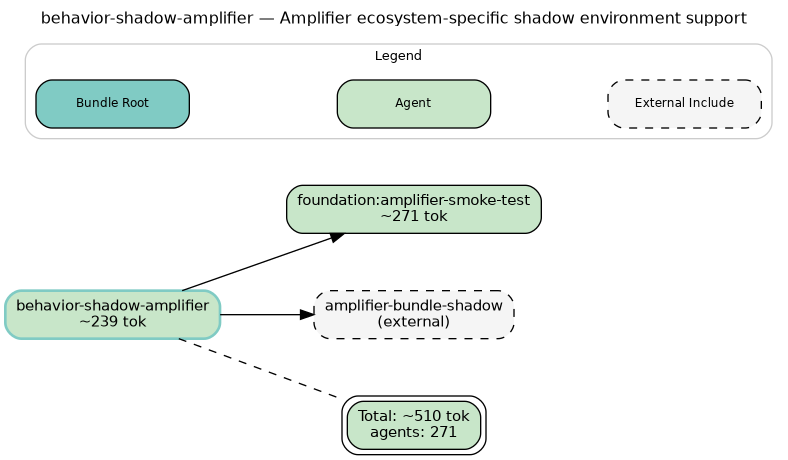
Above: behaviors/shadow-amplifier.png in microsoft/amplifier-foundation (Graphviz), before the change. Its source is kept beside it as behaviors/shadow-amplifier.dot.
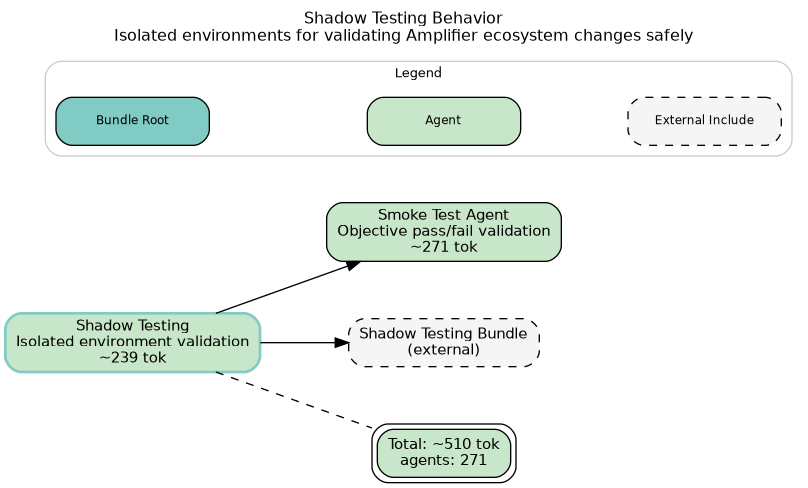
After the commit.

The edit, as a diff of the source:
```diff
@@ -2,7 +2,7 @@
     rankdir=LR
     fontname="Helvetica"
     fontsize=12
-    label="behavior-shadow-amplifier — Amplifier ecosystem-specific shadow environment support"
+    label="Shadow Testing Behavior\nIsolated environments for validating Amplifier ecosystem changes safely"
     labelloc=t
     labeljust=c
     compound=true
@@ -14,9 +14,9 @@
     node [fontname="Helvetica", fontsize=11, style="filled,rounded"]
     edge [fontname="Helvetica", fontsize=9]
 
-    root [label="behavior-shadow-amplifier\n~239 tok", shape=box, fillcolor="#c8e6c9", style="filled,rounded,bold", color="#80cbc4"]
-    agent_foundation_amplifier_smoke_test [label="foundation:amplifier-smoke-test\n~271 tok", shape=box, fillcolor="#c8e6c9", style="filled,rounded"]
-    ext_githttps___github_com_microsoft_amplifier_bundle_shadow_main_0 [label="amplifier-bundle-shadow\n(external)", shape=box, fillcolor="#f5f5f5", style="filled,rounded,dashed"]
+    root [label="Shadow Testing\nIsolated environment validation\n~239 tok", shape=box, fillcolor="#c8e6c9", style="filled,rounded,bold", color="#80cbc4"]
+    agent_foundation_amplifier_smoke_test [label="Smoke Test Agent\nObjective pass/fail validation\n~271 tok", shape=box, fillcolor="#c8e6c9", style="filled,rounded"]
+    ext_githttps___github_com_microsoft_amplifier_bundle_shadow_main_0 [label="Shadow Testing Bundle\n(external)", shape=box, fillcolor="#f5f5f5", style="filled,rounded,dashed"]
     summary [label="Total: ~510 tok\nagents: 271", shape=box, fillcolor="#c8e6c9", style="filled,rounded", peripheries=2]
 
     root -> agent_foundation_amplifier_smoke_test
```
